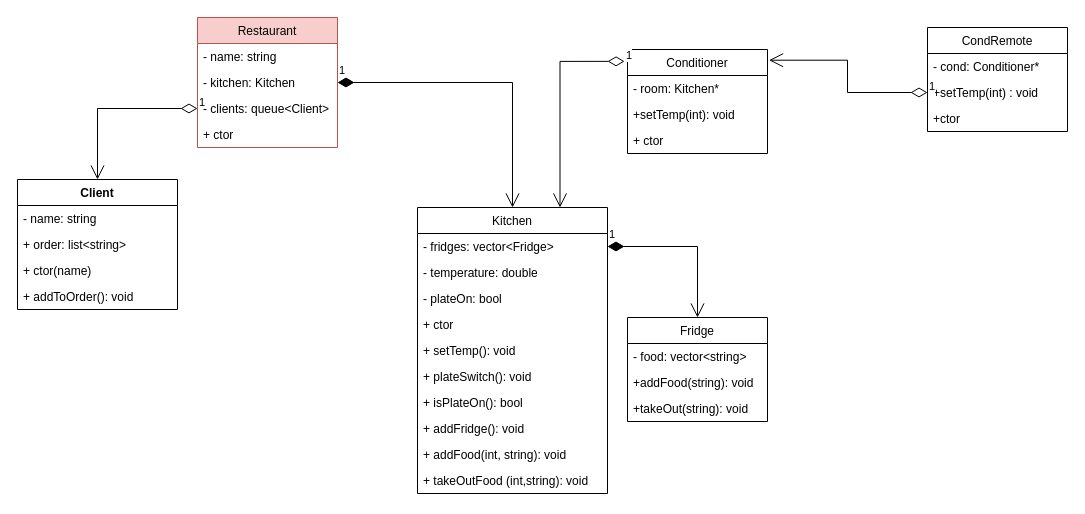
Earlier version of the draw.io diagram folder/Restaurant.drawio (bondarenkoigor/UML). Source tidied: cells renumbered, new cells numbered last; positions are measured from the earlier drawing's top-left corner, leaving out a move shared by most shapes. Both pictures are drawn from the tidied source at 100%, with x=0, y=0 at pixel (17, 17).
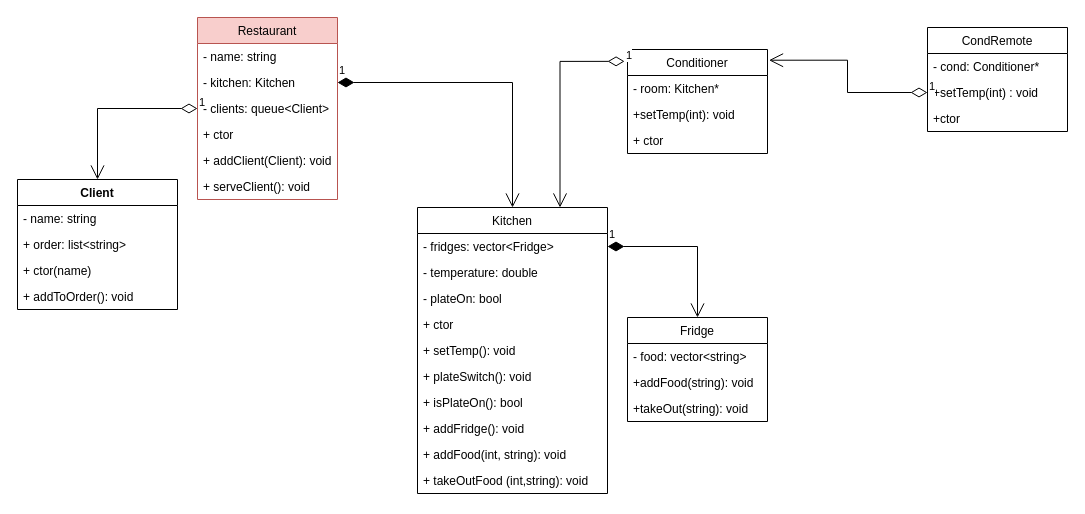
The same page after the edit.

Diff of the diagram source:
```diff
@@
     <mxCell id="2" value="Restaurant" style="swimlane;fontStyle=0;horizontal=1;startSize=26;fillColor=#f8cecc;strokeColor=#b85450;" parent="1" vertex="1">
-      <mxGeometry x="180" width="140" height="130" as="geometry" />
+      <mxGeometry x="180" width="140" height="182" as="geometry" />
     </mxCell>
@@
+    <mxCell id="40" value="+ addClient(Client): void" style="text;strokeColor=none;fillColor=none;align=left;verticalAlign=top;spacingLeft=4;spacingRight=4;overflow=hidden;" parent="2" vertex="1">
+      <mxGeometry y="130" width="140" height="26" as="geometry" />
+    </mxCell>
+    <mxCell id="41" value="+ serveClient(): void" style="text;strokeColor=none;fillColor=none;align=left;verticalAlign=top;spacingLeft=4;spacingRight=4;overflow=hidden;" parent="2" vertex="1">
+      <mxGeometry y="156" width="140" height="26" as="geometry" />
+    </mxCell>
```
